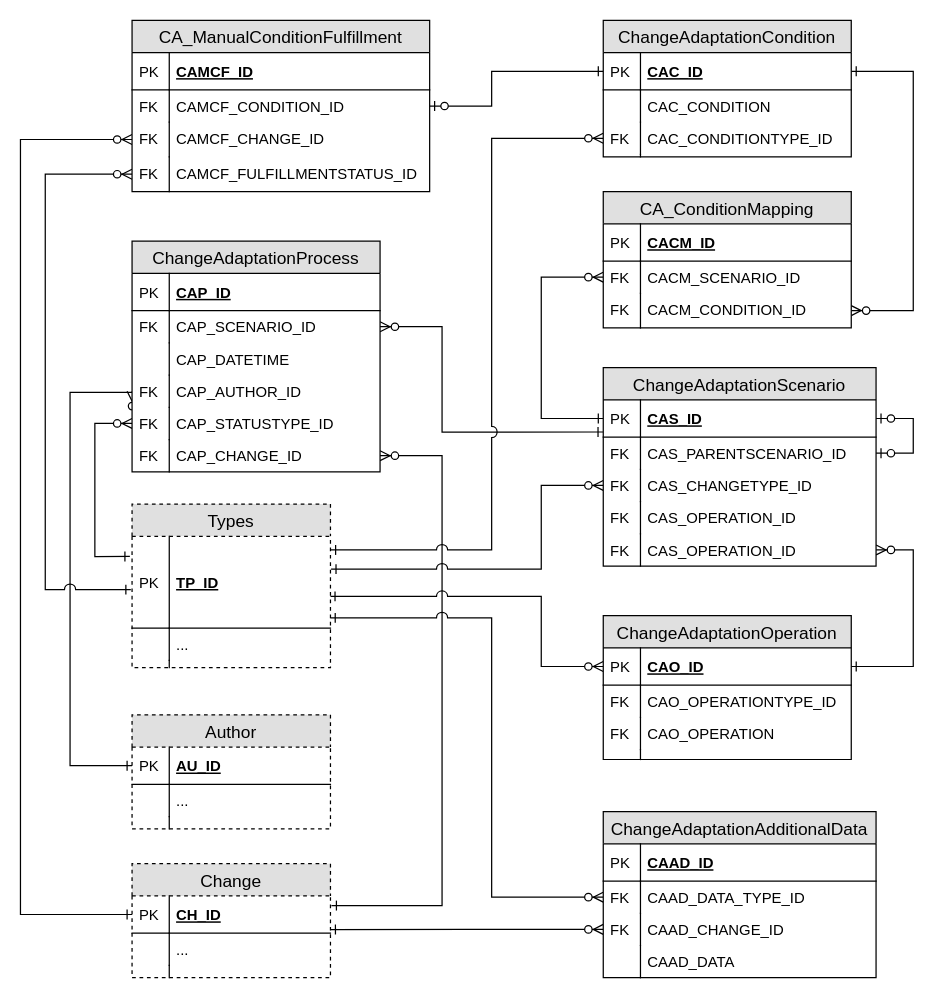
Above: schema/change_adaptation_db_schema.drawio in lllauma/heterogeneous-data-integration (draw.io), before the change. Source tidied: cells renumbered, new cells numbered last; positions are measured from the earlier drawing's top-left corner, leaving out a move shared by most shapes. Both pictures are drawn from the tidied source at 124%, with x=0, y=0 at pixel (20, 20).
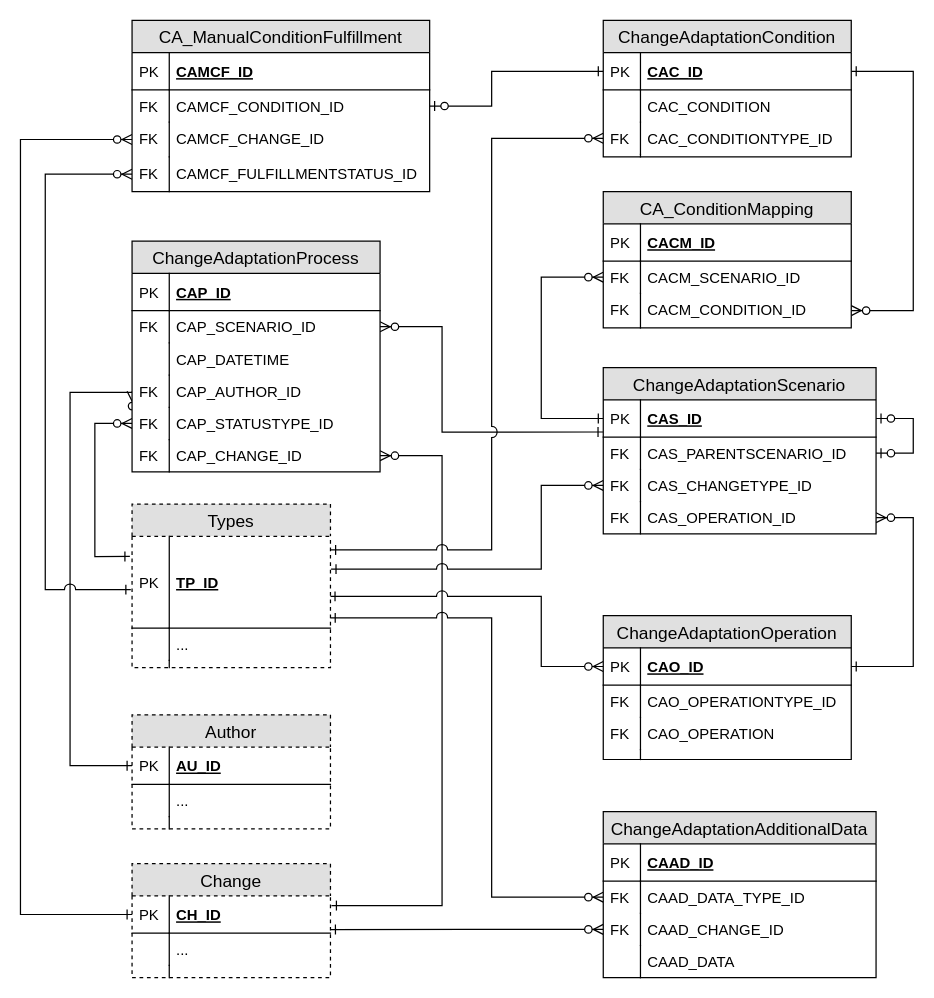
The same diagram, later.

Commit message (it also covers changes not shown here):
DB schema and document update.

Unchanged cells that the change refers to:
```xml
<mxCell id="56" value="CAO_ID" style="shape=partialRectangle;top=0;left=0;right=0;bottom=1;align=left;verticalAlign=middle;fillColor=none;spacingLeft=34;spacingRight=4;overflow=hidden;points=[[0,0.5],[1,0.5]];portConstraint=eastwest;fontStyle=5;fontSize=12;" parent="55" vertex="1">
  <mxGeometry y="26" width="200" height="30" as="geometry" />
</mxCell>
```

What changed in the source:
```diff
@@
     <mxCell id="2" style="edgeStyle=orthogonalEdgeStyle;rounded=0;jettySize=auto;html=1;exitX=1;exitY=0.5;exitDx=0;exitDy=0;entryX=1;entryY=0.5;entryDx=0;entryDy=0;startArrow=ERzeroToMany;startFill=1;endArrow=ERone;endFill=0;" parent="1" edge="1" source="97" target="56">
       <mxGeometry relative="1" as="geometry">
         <Array as="points">
-          <mxPoint x="720" y="427" />
+          <mxPoint x="720" y="401" />
           <mxPoint x="720" y="521" />
         </Array>
       </mxGeometry>
     </mxCell>
@@
     <mxCell id="87" value="ChangeAdaptationScenario" style="swimlane;fontStyle=0;horizontal=1;startSize=26;fillColor=#e0e0e0;swimlaneFillColor=#ffffff;align=center;fontSize=14;" parent="1" vertex="1">
-      <mxGeometry x="470" y="280" width="220" height="160" as="geometry" />
+      <mxGeometry x="470" y="280" width="220" height="134" as="geometry" />
     </mxCell>
@@
-    <mxCell id="95" value="CAS_OPERATION_ID" style="shape=partialRectangle;top=0;left=0;right=0;bottom=0;align=left;verticalAlign=top;fillColor=none;spacingLeft=34;spacingRight=4;overflow=hidden;fontSize=12;" parent="87" vertex="1">
-      <mxGeometry y="108" width="220" height="26" as="geometry" />
-    </mxCell>
-    <mxCell id="96" value="FK" style="shape=partialRectangle;top=0;left=0;bottom=0;fillColor=none;align=left;verticalAlign=top;spacingLeft=4;spacingRight=4;overflow=hidden;fontSize=12;" parent="95" vertex="1">
-      <mxGeometry width="30" height="26" as="geometry" />
-    </mxCell>
     <mxCell id="97" value="CAS_OPERATION_ID" style="shape=partialRectangle;top=0;left=0;right=0;bottom=0;align=left;verticalAlign=top;fillColor=none;spacingLeft=34;spacingRight=4;overflow=hidden;points=[[0,0.5],[1,0.5]];portConstraint=eastwest;fontSize=12;" parent="87" vertex="1">
-      <mxGeometry y="134" width="220" height="26" as="geometry" />
+      <mxGeometry y="108" width="220" height="26" as="geometry" />
     </mxCell>
```
